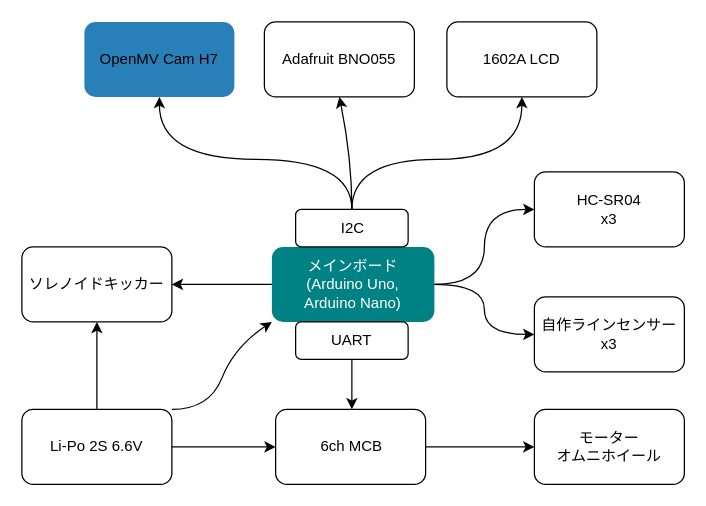
This is Arduino/main2/machine-constitution.drawio from izumi-robot/kawamoto2019, a draw.io file, before an edit. Source tidied: cells renumbered, new cells numbered last; positions are measured from the earlier drawing's top-left corner, leaving out a move shared by most shapes. Both pictures are drawn from the tidied source at 125%, with x=0, y=0 at pixel (21, 21).
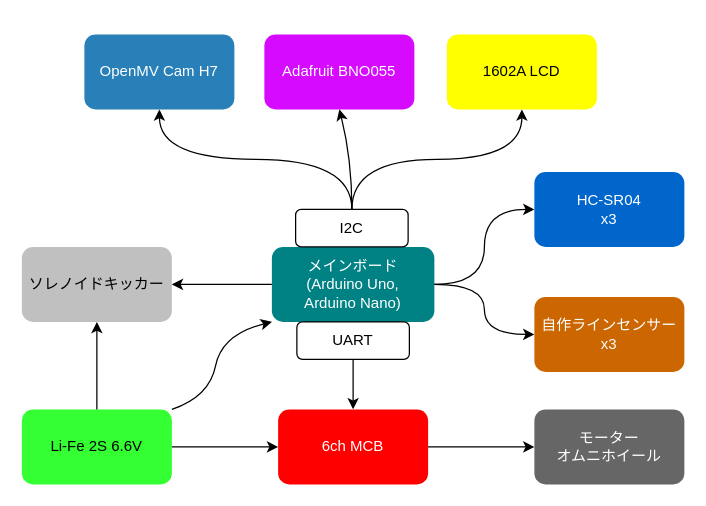
Above is the later version.

Diff of the diagram source:
```diff
@@
+    <mxCell id="29" value="モーター&lt;br&gt;オムニホイール" style="rounded=1;whiteSpace=wrap;html=1;fillColor=#666666;fontColor=#FFFFFF;strokeColor=none;" parent="1" vertex="1">
+      <mxGeometry x="410" y="310" width="120" height="60" as="geometry" />
+    </mxCell>
-    <mxCell id="2" style="rounded=1;whiteSpace=wrap;html=1;fillColor=#008184;strokeColor=none;" parent="1" vertex="1">
+    <mxCell id="2" value="&lt;span style=&quot;color: rgb(255 , 255 , 255)&quot;&gt;メインボード&lt;/span&gt;&lt;br style=&quot;color: rgb(255 , 255 , 255)&quot;&gt;&lt;span style=&quot;color: rgb(255 , 255 , 255)&quot;&gt;(Arduino Uno,&lt;/span&gt;&lt;br style=&quot;color: rgb(255 , 255 , 255)&quot;&gt;&lt;span style=&quot;color: rgb(255 , 255 , 255)&quot;&gt;Arduino Nano)&lt;/span&gt;" style="rounded=1;whiteSpace=wrap;html=1;fillColor=#008184;strokeColor=none;" parent="1" vertex="1">
       <mxGeometry x="200" y="180" width="130" height="60" as="geometry" />
     </mxCell>
-    <mxCell id="3" style="edgeStyle=orthogonalEdgeStyle;rounded=0;jettySize=auto;html=1;exitX=0;exitY=0.5;exitDx=0;exitDy=0;entryX=1;entryY=0.5;entryDx=0;entryDy=0;fontColor=#000000;strokeColor=#000000;" parent="1" edge="1" source="4" target="31">
+    <mxCell id="3" style="edgeStyle=orthogonalEdgeStyle;rounded=0;jettySize=auto;html=1;exitX=0;exitY=0.5;exitDx=0;exitDy=0;entryX=1;entryY=0.5;entryDx=0;entryDy=0;fontColor=#000000;strokeColor=#000000;" parent="1" edge="1" source="2" target="31">
       <mxGeometry relative="1" as="geometry" />
     </mxCell>
-    <mxCell id="4" value="メインボード&lt;br&gt;(Arduino Uno,&lt;br&gt;Arduino Nano)" style="text;html=1;align=center;verticalAlign=middle;whiteSpace=wrap;rounded=0;fontColor=#FFFFFF;" parent="1" vertex="1">
-      <mxGeometry x="200" y="180" width="130" height="60" as="geometry" />
-    </mxCell>
-    <mxCell id="5" style="rounded=1;whiteSpace=wrap;html=1;fontColor=#000000;fillColor=#FFFFFF;strokeColor=#000000;" parent="1" vertex="1">
+    <mxCell id="5" value="I2C" style="rounded=1;whiteSpace=wrap;html=1;fontColor=#000000;fillColor=#FFFFFF;strokeColor=#000000;" parent="1" vertex="1">
       <mxGeometry x="219" y="150" width="90" height="30" as="geometry" />
     </mxCell>
-    <mxCell id="6" value="I2C" style="text;html=1;strokeColor=none;fillColor=none;align=center;verticalAlign=middle;whiteSpace=wrap;rounded=0;fontColor=#000000;" parent="1" vertex="1">
-      <mxGeometry x="220" y="150" width="90" height="30" as="geometry" />
-    </mxCell>
-    <mxCell id="7" style="rounded=1;whiteSpace=wrap;html=1;fontColor=#000000;fillColor=#2980b9;strokeColor=none;" parent="1" vertex="1">
-      <mxGeometry x="50" width="120" height="60" as="geometry" />
+    <mxCell id="7" value="OpenMV Cam H7" style="rounded=1;whiteSpace=wrap;html=1;fillColor=#2980b9;strokeColor=none;fontColor=#FFFFFF;" parent="1" vertex="1">
+      <mxGeometry x="50" y="10" width="120" height="60" as="geometry" />
     </mxCell>
-    <mxCell id="8" value="OpenMV Cam H7" style="text;html=1;strokeColor=none;align=center;verticalAlign=middle;whiteSpace=wrap;rounded=0;fontColor=#000000;" parent="1" vertex="1">
-      <mxGeometry x="50" width="120" height="60" as="geometry" />
-    </mxCell>
-    <mxCell id="9" style="rounded=1;whiteSpace=wrap;html=1;fillColor=#FFFFFF;fontColor=#000000;strokeColor=#000000;" parent="1" vertex="1">
-      <mxGeometry x="194" width="120" height="60" as="geometry" />
+    <mxCell id="9" value="Adafruit BNO055" style="rounded=1;whiteSpace=wrap;html=1;strokeColor=none;fontColor=#FFFFFF;fillColor=#D60AFF;" parent="1" vertex="1">
+      <mxGeometry x="194" y="10" width="120" height="60" as="geometry" />
     </mxCell>
-    <mxCell id="10" value="Adafruit BNO055" style="text;html=1;strokeColor=none;fillColor=none;align=center;verticalAlign=middle;whiteSpace=wrap;rounded=0;fontColor=#000000;" parent="1" vertex="1">
-      <mxGeometry x="194" width="120" height="60" as="geometry" />
-    </mxCell>
-    <mxCell id="11" style="rounded=1;whiteSpace=wrap;html=1;fillColor=#FFFFFF;fontColor=#000000;strokeColor=#000000;" parent="1" vertex="1">
-      <mxGeometry x="340" width="120" height="60" as="geometry" />
+    <mxCell id="11" value="1602A LCD" style="rounded=1;whiteSpace=wrap;html=1;strokeColor=none;fontColor=#000000;fillColor=#FFFF00;" parent="1" vertex="1">
+      <mxGeometry x="340" y="10" width="120" height="60" as="geometry" />
     </mxCell>
-    <mxCell id="12" value="1602A LCD" style="text;html=1;strokeColor=none;fillColor=none;align=center;verticalAlign=middle;whiteSpace=wrap;rounded=0;fontColor=#000000;" parent="1" vertex="1">
-      <mxGeometry x="340" width="120" height="60" as="geometry" />
-    </mxCell>
@@
-    <mxCell id="16" style="rounded=1;whiteSpace=wrap;html=1;fillColor=#FFFFFF;fontColor=#000000;strokeColor=#000000;" parent="1" vertex="1">
+    <mxCell id="16" value="HC-SR04&lt;br&gt;x3" style="rounded=1;whiteSpace=wrap;html=1;fillColor=#0066CC;strokeColor=none;fontColor=#FFFFFF;" parent="1" vertex="1">
       <mxGeometry x="410" y="120" width="120" height="60" as="geometry" />
     </mxCell>
-    <mxCell id="17" value="HC-SR04&lt;br&gt;x3" style="text;html=1;strokeColor=none;fillColor=none;align=center;verticalAlign=middle;whiteSpace=wrap;rounded=0;fontColor=#000000;" parent="1" vertex="1">
-      <mxGeometry x="410" y="120" width="120" height="60" as="geometry" />
-    </mxCell>
-    <mxCell id="18" style="rounded=1;whiteSpace=wrap;html=1;fillColor=#FFFFFF;fontColor=#000000;strokeColor=#000000;" parent="1" vertex="1">
+    <mxCell id="18" value="自作ラインセンサー&lt;br&gt;x3" style="rounded=1;whiteSpace=wrap;html=1;fillColor=#CC6600;strokeColor=none;fontColor=#FFFFFF;" parent="1" vertex="1">
       <mxGeometry x="410" y="220" width="120" height="60" as="geometry" />
     </mxCell>
-    <mxCell id="19" value="自作ラインセンサー&lt;br&gt;x3" style="text;html=1;strokeColor=none;fillColor=none;align=center;verticalAlign=middle;whiteSpace=wrap;rounded=0;fontColor=#000000;" parent="1" vertex="1">
-      <mxGeometry x="410" y="220" width="120" height="60" as="geometry" />
-    </mxCell>
-    <mxCell id="20" style="edgeStyle=orthogonalEdgeStyle;rounded=0;jettySize=auto;html=1;exitX=0.5;exitY=1;exitDx=0;exitDy=0;entryX=0.5;entryY=0;entryDx=0;entryDy=0;strokeColor=#000000;" parent="1" edge="1" source="21" target="24">
-      <mxGeometry relative="1" as="geometry" />
-    </mxCell>
-    <mxCell id="21" value="UART" style="rounded=1;whiteSpace=wrap;html=1;fontColor=#000000;fillColor=#FFFFFF;strokeColor=#000000;" parent="1" vertex="1">
-      <mxGeometry x="219" y="240" width="90" height="30" as="geometry" />
-    </mxCell>
-    <mxCell id="22" style="rounded=1;whiteSpace=wrap;html=1;fillColor=#FFFFFF;fontColor=#000000;strokeColor=#000000;" parent="1" vertex="1">
-      <mxGeometry x="203" y="310" width="120" height="60" as="geometry" />
+    <mxCell id="22" value="&lt;span style=&quot;color: rgb(255 , 255 , 255)&quot;&gt;6ch MCB&lt;/span&gt;" style="rounded=1;whiteSpace=wrap;html=1;fontColor=#000000;fillColor=#FF0000;strokeColor=none;" parent="1" vertex="1">
+      <mxGeometry x="205" y="310" width="120" height="60" as="geometry" />
     </mxCell>
@@
-    <mxCell id="24" value="6ch MCB" style="text;html=1;strokeColor=none;fillColor=none;align=center;verticalAlign=middle;whiteSpace=wrap;rounded=0;fontColor=#000000;" parent="1" vertex="1">
-      <mxGeometry x="204" y="310" width="120" height="60" as="geometry" />
-    </mxCell>
-    <mxCell id="25" style="rounded=1;whiteSpace=wrap;html=1;fillColor=#FFFFFF;fontColor=#000000;strokeColor=#000000;" parent="1" vertex="1">
+    <mxCell id="25" value="&lt;span&gt;Li-Fe 2S 6.6V&lt;/span&gt;" style="rounded=1;whiteSpace=wrap;html=1;fontColor=#000000;fillColor=#33FF33;strokeColor=none;" parent="1" vertex="1">
       <mxGeometry y="310" width="120" height="60" as="geometry" />
     </mxCell>
@@
-    <mxCell id="28" value="Li-Po 2S 6.6V" style="text;html=1;strokeColor=none;fillColor=none;align=center;verticalAlign=middle;whiteSpace=wrap;rounded=0;fontColor=#000000;" parent="1" vertex="1">
-      <mxGeometry y="310" width="120" height="60" as="geometry" />
-    </mxCell>
-    <mxCell id="29" style="rounded=1;whiteSpace=wrap;html=1;fontColor=#FFFFFF;fillColor=#FFFFFF;strokeColor=#000000;" parent="1" vertex="1">
-      <mxGeometry x="410" y="310" width="120" height="60" as="geometry" />
-    </mxCell>
-    <mxCell id="30" value="モーター&lt;br&gt;オムニホイール" style="text;html=1;strokeColor=none;fillColor=none;align=center;verticalAlign=middle;whiteSpace=wrap;rounded=0;fontColor=#000000;" parent="1" vertex="1">
-      <mxGeometry x="410" y="310" width="120" height="60" as="geometry" />
-    </mxCell>
-    <mxCell id="31" style="rounded=1;whiteSpace=wrap;html=1;fillColor=#FFFFFF;fontColor=#000000;strokeColor=#000000;" parent="1" vertex="1">
+    <mxCell id="31" value="ソレノイドキッカー" style="rounded=1;whiteSpace=wrap;html=1;fontColor=#000000;fillColor=#c0c0c0;strokeColor=none;" parent="1" vertex="1">
       <mxGeometry y="180" width="120" height="60" as="geometry" />
     </mxCell>
-    <mxCell id="32" value="ソレノイドキッカー" style="text;html=1;strokeColor=none;fillColor=none;align=center;verticalAlign=middle;whiteSpace=wrap;rounded=0;fontColor=#000000;" parent="1" vertex="1">
-      <mxGeometry y="180" width="120" height="60" as="geometry" />
-    </mxCell>
-    <mxCell id="33" style="curved=1;endArrow=classic;html=1;fontColor=#000000;exitX=1;exitY=0;exitDx=0;exitDy=0;entryX=0;entryY=1;entryDx=0;entryDy=0;strokeColor=#000000;" parent="1" edge="1" source="25" target="4">
+    <mxCell id="33" style="curved=1;endArrow=classic;html=1;fontColor=#000000;exitX=1;exitY=0;exitDx=0;exitDy=0;entryX=0;entryY=1;entryDx=0;entryDy=0;strokeColor=#000000;" parent="1" edge="1" source="25" target="2">
       <mxGeometry relative="1" as="geometry">
         <Array as="points">
-          <mxPoint x="150" y="310" />
-          <mxPoint x="170" y="260" />
+          <mxPoint x="150" y="300" />
+          <mxPoint x="160" y="250" />
         </Array>
       </mxGeometry>
     </mxCell>
-    <mxCell id="34" style="curved=1;endArrow=classic;html=1;fontColor=#000000;exitX=1;exitY=0.5;exitDx=0;exitDy=0;entryX=0;entryY=0.5;entryDx=0;entryDy=0;strokeColor=#000000;" parent="1" edge="1" source="4" target="16">
+    <mxCell id="34" style="curved=1;endArrow=classic;html=1;fontColor=#000000;exitX=1;exitY=0.5;exitDx=0;exitDy=0;entryX=0;entryY=0.5;entryDx=0;entryDy=0;strokeColor=#000000;" parent="1" edge="1" source="2" target="16">
       <mxGeometry relative="1" as="geometry">
         <Array as="points">
           <mxPoint x="370" y="210" />
           <mxPoint x="370" y="150" />
         </Array>
       </mxGeometry>
     </mxCell>
-    <mxCell id="35" style="curved=1;endArrow=classic;html=1;fontColor=#000000;exitX=1;exitY=0.5;exitDx=0;exitDy=0;entryX=0;entryY=0.5;entryDx=0;entryDy=0;strokeColor=#000000;" parent="1" edge="1" source="4" target="18">
+    <mxCell id="35" style="curved=1;endArrow=classic;html=1;fontColor=#000000;exitX=1;exitY=0.5;exitDx=0;exitDy=0;entryX=0;entryY=0.5;entryDx=0;entryDy=0;strokeColor=#000000;" parent="1" edge="1" source="2" target="18">
       <mxGeometry relative="1" as="geometry">
         <Array as="points">
           <mxPoint x="370" y="210" />
           <mxPoint x="370" y="250" />
         </Array>
       </mxGeometry>
     </mxCell>
+    <mxCell id="36" style="edgeStyle=orthogonalEdgeStyle;jettySize=auto;html=1;exitX=0.5;exitY=1;exitDx=0;exitDy=0;entryX=0.5;entryY=0;entryDx=0;entryDy=0;strokeColor=#000000;fontColor=#000000;curved=1;" parent="1" edge="1" source="21" target="22">
+      <mxGeometry relative="1" as="geometry" />
+    </mxCell>
+    <mxCell id="21" value="UART" style="rounded=1;whiteSpace=wrap;html=1;fontColor=#000000;fillColor=#FFFFFF;strokeColor=#000000;" parent="1" vertex="1">
+      <mxGeometry x="220" y="240" width="90" height="30" as="geometry" />
+    </mxCell>
```
